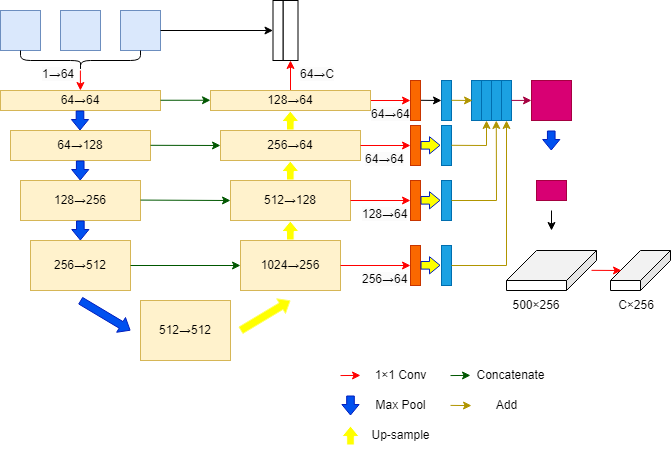
This is test.drawio.png from DemonH-p/self-study, a draw.io export, as it was before one commit. Source tidied: cells renumbered, new cells last; positions are measured from the earlier drawing's top-left corner, leaving out a move shared by most shapes.
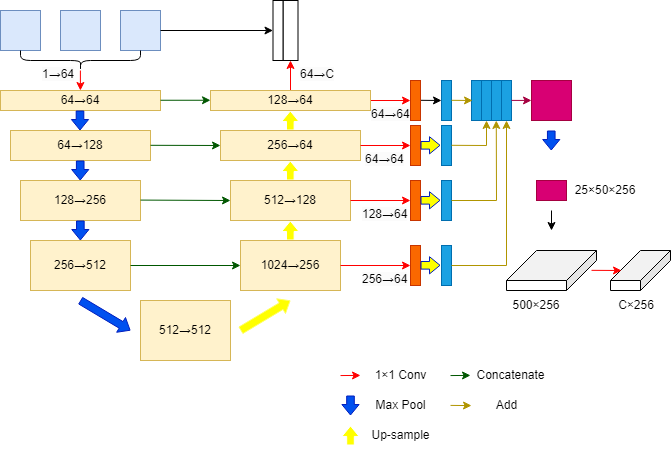
After the change.

Change to the diagram source:
```diff
@@ -376,5 +376,8 @@
     <mxCell id="81" value="&lt;span style=&quot;color: rgb(0, 0, 0); font-family: Helvetica; font-style: normal; font-variant-ligatures: normal; font-variant-caps: normal; font-weight: 400; letter-spacing: normal; orphans: 2; text-align: center; text-indent: 0px; text-transform: none; widows: 2; word-spacing: 0px; -webkit-text-stroke-width: 0px; background-color: rgb(251, 251, 251); text-decoration-thickness: initial; text-decoration-style: initial; text-decoration-color: initial; float: none; display: inline !important;&quot;&gt;&lt;font style=&quot;font-size: 11px;&quot;&gt;256→64&lt;/font&gt;&lt;/span&gt;" style="text;whiteSpace=wrap;html=1;" parent="1" vertex="1">
       <mxGeometry x="360" y="265" width="41" height="20" as="geometry" />
     </mxCell>
+    <mxCell id="82" value="&lt;p style=&quot;font-size: 11px; line-height: 10%;&quot;&gt;&lt;font style=&quot;font-size: 11px;&quot;&gt;25×50&lt;/font&gt;&lt;span style=&quot;font-size: 11px; background-color: initial;&quot;&gt;×256&lt;/span&gt;&lt;/p&gt;" style="text;html=1;strokeColor=none;fillColor=none;align=center;verticalAlign=middle;whiteSpace=wrap;rounded=0;" parent="1" vertex="1">
+      <mxGeometry x="590" y="185" width="30" height="10" as="geometry" />
+    </mxCell>
   </root>
 </mxGraphModel>
```
